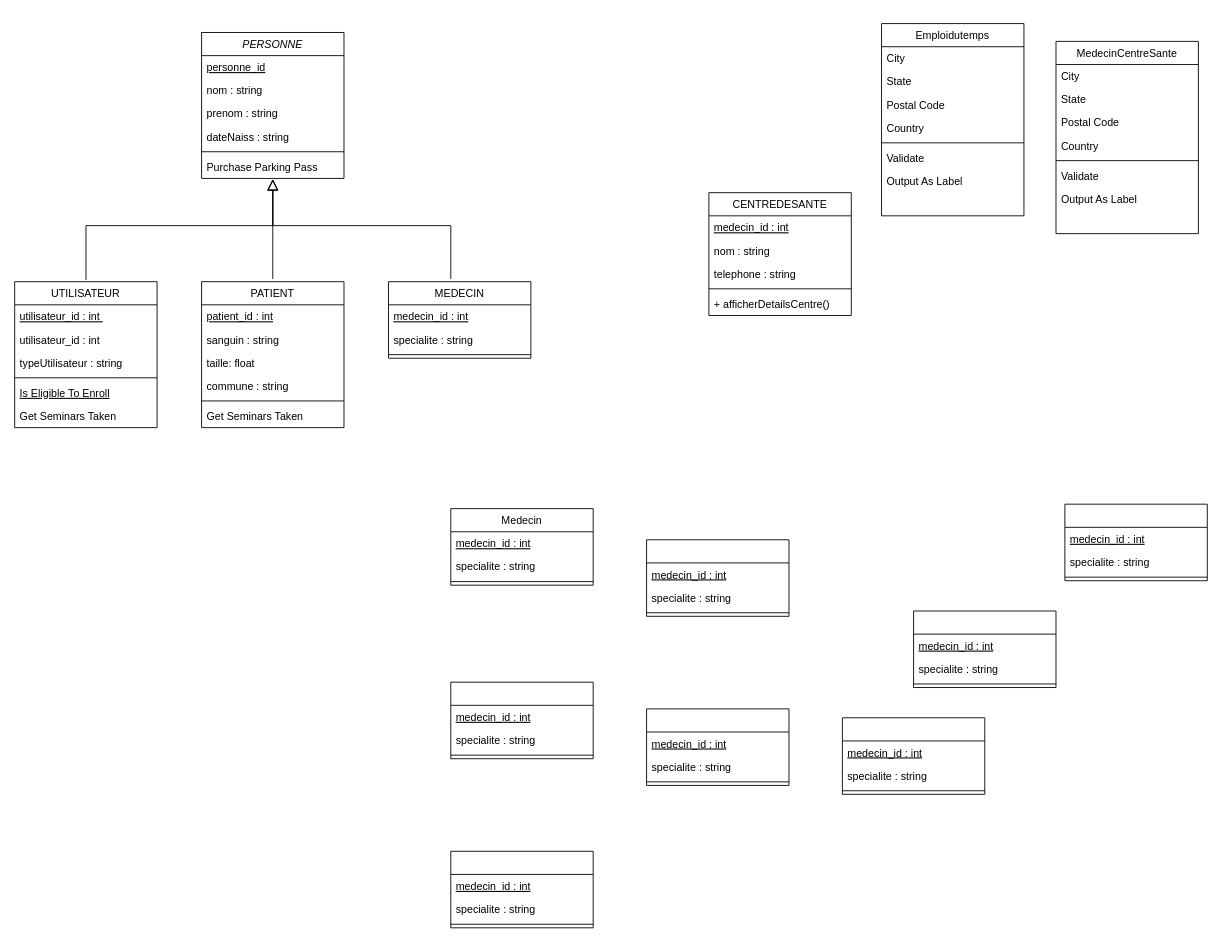
Earlier version of the draw.io diagram Untitled Diagram.drawio (2024SMAGIR2A/MedicalinfoA). Source tidied: cells renumbered, new cells numbered last; positions are measured from the earlier drawing's top-left corner, leaving out a move shared by most shapes. Both pictures are drawn from the tidied source at 89%, with x=0, y=0 at pixel (14, 23).
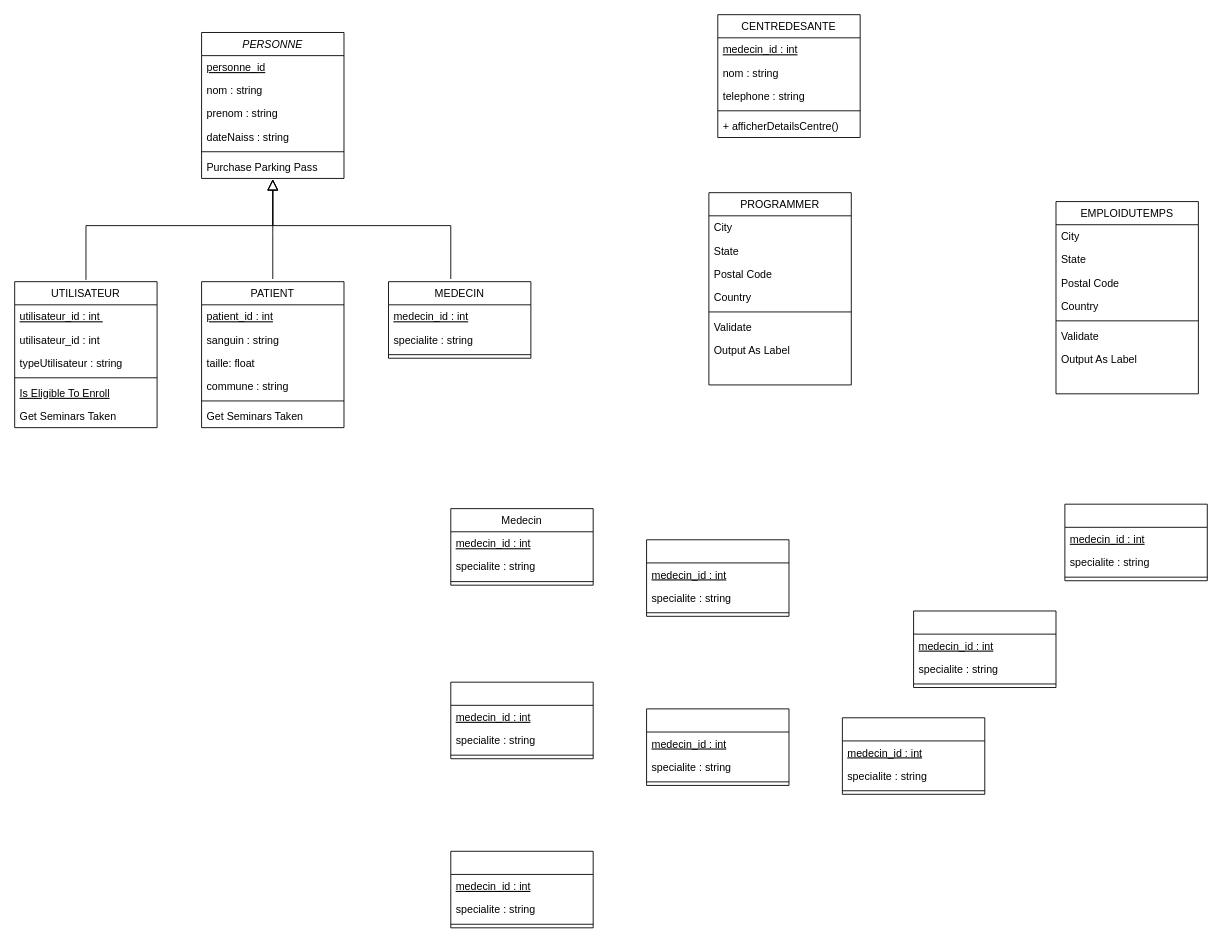
Above is the later version.

Commit message:
Mettre à jour Untitled Diagram.drawio

Diff of the diagram source:
```diff
@@
-    <mxCell id="22" value="Emploidutemps" style="swimlane;fontStyle=0;align=center;verticalAlign=top;horizontal=1;startSize=26;rounded=0;shadow=0;strokeWidth=1;" parent="1" vertex="1">
-      <mxGeometry x="974" width="160" height="216" as="geometry" />
+    <mxCell id="22" value="EMPLOIDUTEMPS" style="swimlane;fontStyle=0;align=center;verticalAlign=top;horizontal=1;startSize=26;rounded=0;shadow=0;strokeWidth=1;" parent="1" vertex="1">
+      <mxGeometry x="1170" y="200" width="160" height="216" as="geometry" />
     </mxCell>
@@
-    <mxCell id="38" value="MedecinCentreSante" style="swimlane;fontStyle=0;align=center;verticalAlign=top;horizontal=1;startSize=26;rounded=0;shadow=0;strokeWidth=1;" parent="1" vertex="1">
-      <mxGeometry x="1170" y="20" width="160" height="216" as="geometry" />
+    <mxCell id="38" value="PROGRAMMER" style="swimlane;fontStyle=0;align=center;verticalAlign=top;horizontal=1;startSize=26;rounded=0;shadow=0;strokeWidth=1;" parent="1" vertex="1">
+      <mxGeometry x="780" y="190" width="160" height="216" as="geometry" />
     </mxCell>
@@
     <mxCell id="54" value="CENTREDESANTE" style="swimlane;fontStyle=0;align=center;verticalAlign=top;horizontal=1;startSize=26;rounded=0;shadow=0;strokeWidth=1;" parent="1" vertex="1">
-      <mxGeometry x="780" y="190" width="160" height="138" as="geometry" />
+      <mxGeometry x="790" y="-10" width="160" height="138" as="geometry" />
     </mxCell>
```
